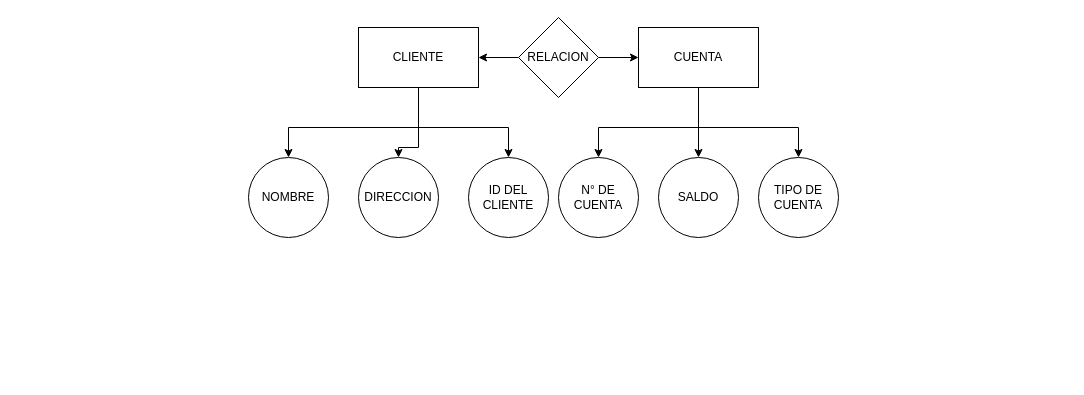
The draw.io diagram ENTIDAD-RELACION DE CLIENTE Y CUENTA.drawio in alejandroramirezvallejos/flowcharts, before the edit. Source tidied: cells renumbered, new cells numbered last; positions are measured from the earlier drawing's top-left corner, leaving out a move shared by most shapes. Both pictures are drawn from the tidied source at 100%, with x=0, y=0 at pixel (248, 17).
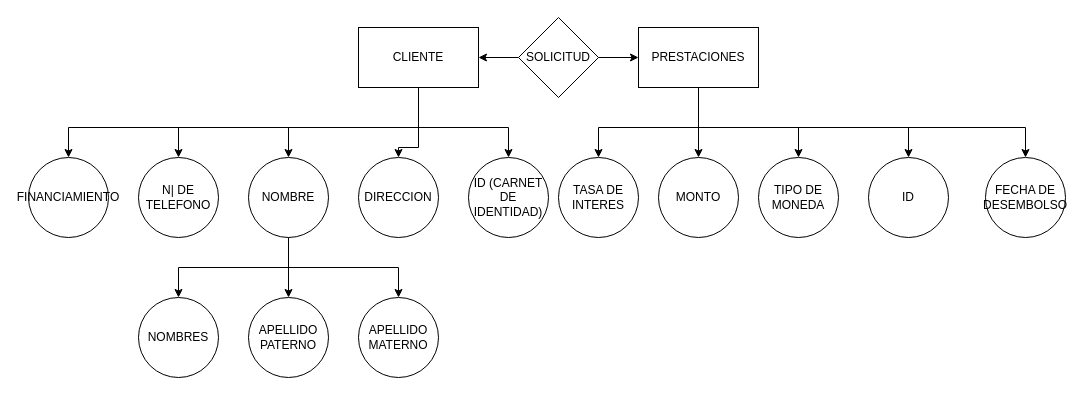
The same page after the edit.

Unchanged cells that the change refers to:
```xml
<mxCell id="8" value="CLIENTE" style="rounded=0;whiteSpace=wrap;html=1;" parent="1" vertex="1">
  <mxGeometry x="110" y="10" width="120" height="60" as="geometry" />
</mxCell>
<mxCell id="13" value="NOMBRE" style="ellipse;whiteSpace=wrap;html=1;rounded=0;" parent="1" vertex="1">
  <mxGeometry y="140" width="80" height="80" as="geometry" />
</mxCell>
```

The edit, as a diff of the source:
```diff
@@
-    <mxCell id="4" value="RELACION" style="rhombus;whiteSpace=wrap;html=1;" parent="1" vertex="1">
+    <mxCell id="4" value="SOLICITUD" style="rhombus;whiteSpace=wrap;html=1;" parent="1" vertex="1">
       <mxGeometry x="270" width="80" height="80" as="geometry" />
     </mxCell>
@@
+    <mxCell id="19" style="edgeStyle=orthogonalEdgeStyle;rounded=0;jettySize=auto;html=1;entryX=0.5;entryY=0;entryDx=0;entryDy=0;" parent="1" edge="1" source="8" target="27">
+      <mxGeometry relative="1" as="geometry">
+        <Array as="points">
+          <mxPoint x="170" y="110" />
+          <mxPoint x="-70" y="110" />
+        </Array>
+      </mxGeometry>
+    </mxCell>
+    <mxCell id="20" style="edgeStyle=orthogonalEdgeStyle;rounded=0;jettySize=auto;html=1;entryX=0.5;entryY=0;entryDx=0;entryDy=0;" parent="1" edge="1" source="8" target="28">
+      <mxGeometry relative="1" as="geometry">
+        <Array as="points">
+          <mxPoint x="170" y="110" />
+          <mxPoint x="-180" y="110" />
+        </Array>
+      </mxGeometry>
+    </mxCell>
@@
+    <mxCell id="21" style="edgeStyle=orthogonalEdgeStyle;rounded=0;jettySize=auto;html=1;entryX=0.5;entryY=0;entryDx=0;entryDy=0;" parent="1" edge="1" source="12" target="26">
+      <mxGeometry relative="1" as="geometry">
+        <Array as="points">
+          <mxPoint x="450" y="110" />
+          <mxPoint x="660" y="110" />
+        </Array>
+      </mxGeometry>
+    </mxCell>
+    <mxCell id="22" style="edgeStyle=orthogonalEdgeStyle;rounded=0;jettySize=auto;html=1;entryX=0.5;entryY=0;entryDx=0;entryDy=0;" parent="1" edge="1" source="12" target="29">
+      <mxGeometry relative="1" as="geometry">
+        <Array as="points">
+          <mxPoint x="450" y="110" />
+          <mxPoint x="777" y="110" />
+        </Array>
+      </mxGeometry>
+    </mxCell>
-    <mxCell id="12" value="CUENTA" style="rounded=0;whiteSpace=wrap;html=1;" parent="1" vertex="1">
+    <mxCell id="12" value="PRESTACIONES" style="rounded=0;whiteSpace=wrap;html=1;" parent="1" vertex="1">
       <mxGeometry x="390" y="10" width="120" height="60" as="geometry" />
     </mxCell>
+    <mxCell id="23" style="edgeStyle=orthogonalEdgeStyle;rounded=0;jettySize=auto;html=1;entryX=0.5;entryY=0;entryDx=0;entryDy=0;" parent="1" edge="1" source="13" target="31">
+      <mxGeometry relative="1" as="geometry" />
+    </mxCell>
+    <mxCell id="24" style="edgeStyle=orthogonalEdgeStyle;rounded=0;jettySize=auto;html=1;entryX=0.5;entryY=0;entryDx=0;entryDy=0;" parent="1" edge="1" source="13" target="32">
+      <mxGeometry relative="1" as="geometry">
+        <Array as="points">
+          <mxPoint x="40" y="250" />
+          <mxPoint x="150" y="250" />
+        </Array>
+      </mxGeometry>
+    </mxCell>
+    <mxCell id="25" style="edgeStyle=orthogonalEdgeStyle;rounded=0;jettySize=auto;html=1;entryX=0.5;entryY=0;entryDx=0;entryDy=0;" parent="1" edge="1" source="13" target="30">
+      <mxGeometry relative="1" as="geometry">
+        <Array as="points">
+          <mxPoint x="40" y="250" />
+          <mxPoint x="-70" y="250" />
+        </Array>
+      </mxGeometry>
+    </mxCell>
@@
-    <mxCell id="15" value="ID DEL CLIENTE" style="ellipse;whiteSpace=wrap;html=1;" parent="1" vertex="1">
+    <mxCell id="15" value="ID (CARNET DE IDENTIDAD)" style="ellipse;whiteSpace=wrap;html=1;" parent="1" vertex="1">
       <mxGeometry x="220" y="140" width="80" height="80" as="geometry" />
     </mxCell>
-    <mxCell id="16" value="N° DE CUENTA" style="ellipse;whiteSpace=wrap;html=1;" parent="1" vertex="1">
+    <mxCell id="16" value="TASA DE INTERES" style="ellipse;whiteSpace=wrap;html=1;" parent="1" vertex="1">
       <mxGeometry x="310" y="140" width="80" height="80" as="geometry" />
     </mxCell>
-    <mxCell id="17" value="SALDO" style="ellipse;whiteSpace=wrap;html=1;" parent="1" vertex="1">
+    <mxCell id="17" value="MONTO" style="ellipse;whiteSpace=wrap;html=1;" parent="1" vertex="1">
       <mxGeometry x="410" y="140" width="80" height="80" as="geometry" />
     </mxCell>
-    <mxCell id="18" value="TIPO DE CUENTA" style="ellipse;whiteSpace=wrap;html=1;" parent="1" vertex="1">
+    <mxCell id="18" value="TIPO DE MONEDA" style="ellipse;whiteSpace=wrap;html=1;" parent="1" vertex="1">
       <mxGeometry x="510" y="140" width="80" height="80" as="geometry" />
     </mxCell>
+    <mxCell id="26" value="ID" style="ellipse;whiteSpace=wrap;html=1;" parent="1" vertex="1">
+      <mxGeometry x="620" y="140" width="80" height="80" as="geometry" />
+    </mxCell>
+    <mxCell id="27" value="N| DE TELEFONO" style="ellipse;whiteSpace=wrap;html=1;" parent="1" vertex="1">
+      <mxGeometry x="-110" y="140" width="80" height="80" as="geometry" />
+    </mxCell>
+    <mxCell id="28" value="FINANCIAMIENTO" style="ellipse;whiteSpace=wrap;html=1;" parent="1" vertex="1">
+      <mxGeometry x="-220" y="140" width="80" height="80" as="geometry" />
+    </mxCell>
+    <mxCell id="29" value="FECHA DE DESEMBOLSO" style="ellipse;whiteSpace=wrap;html=1;" parent="1" vertex="1">
+      <mxGeometry x="737" y="140" width="80" height="80" as="geometry" />
+    </mxCell>
+    <mxCell id="30" value="NOMBRES" style="ellipse;whiteSpace=wrap;html=1;" parent="1" vertex="1">
+      <mxGeometry x="-110" y="280" width="80" height="80" as="geometry" />
+    </mxCell>
+    <mxCell id="31" value="APELLIDO PATERNO" style="ellipse;whiteSpace=wrap;html=1;" parent="1" vertex="1">
+      <mxGeometry y="280" width="80" height="80" as="geometry" />
+    </mxCell>
+    <mxCell id="32" value="APELLIDO MATERNO" style="ellipse;whiteSpace=wrap;html=1;" parent="1" vertex="1">
+      <mxGeometry x="110" y="280" width="80" height="80" as="geometry" />
+    </mxCell>
```
